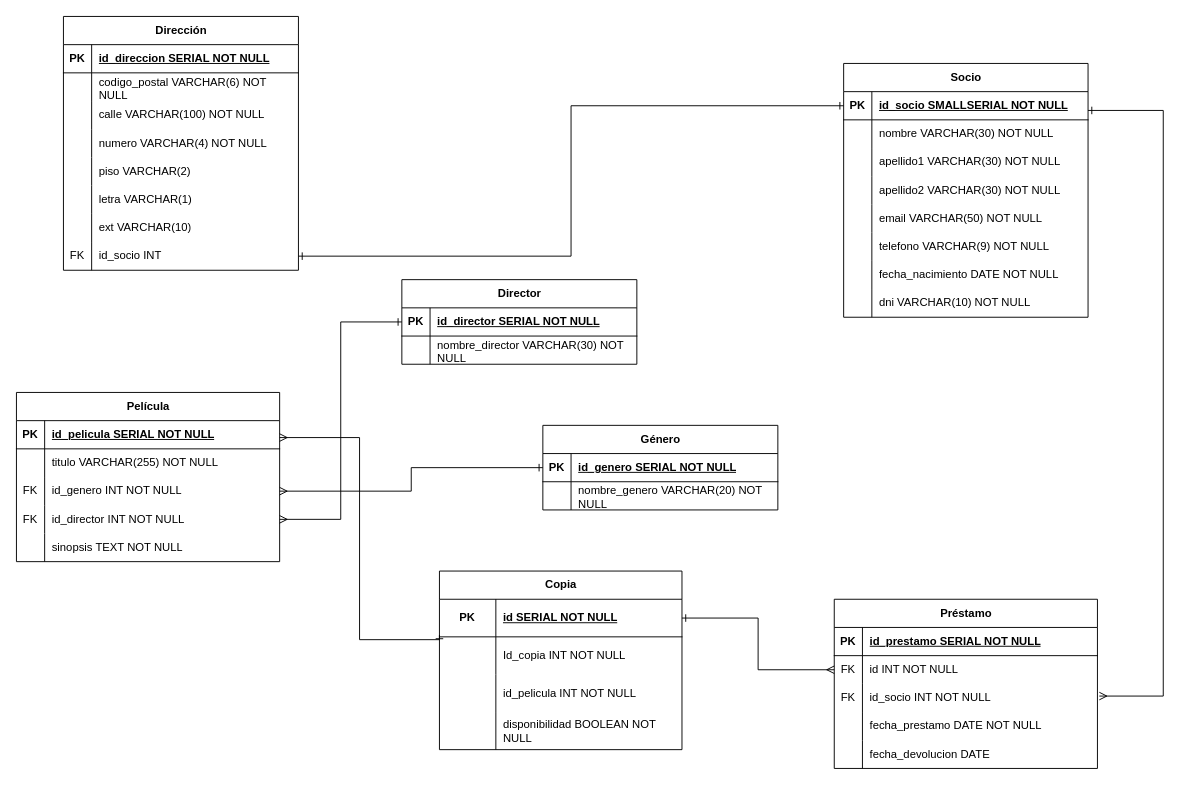
This is diagrama-entidad-relacion.drawio from carlotarubiralta/practica-modelado-datos, a draw.io file, before an edit. Source tidied: cells renumbered, new cells numbered last; positions are measured from the earlier drawing's top-left corner, leaving out a move shared by most shapes. Both pictures are drawn from the tidied source at 94%, with x=0, y=0 at pixel (16, 16).
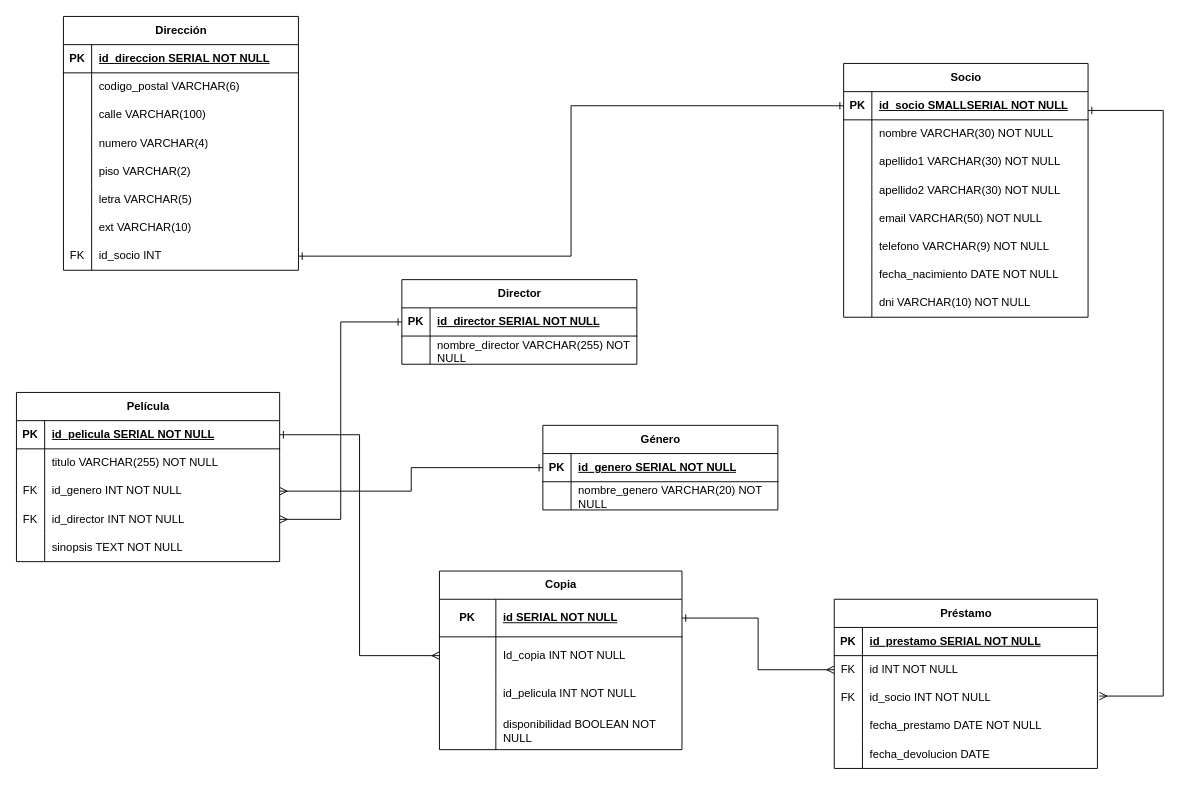
After the change.

The change refers to these unchanged cells:
```xml
<mxCell id="31" style="shape=tableRow;horizontal=0;startSize=0;swimlaneHead=0;swimlaneBody=0;fillColor=none;top=0;left=0;right=0;bottom=0;" parent="27" vertex="1">
  <mxGeometry y="60" width="250" height="30" as="geometry" />
</mxCell>
<mxCell id="34" style="shape=tableRow;horizontal=0;startSize=0;swimlaneHead=0;swimlaneBody=0;fillColor=none;top=0;left=0;right=0;bottom=0;" parent="27" vertex="1">
  <mxGeometry y="90" width="250" height="30" as="geometry" />
</mxCell>
<mxCell id="37" style="shape=tableRow;horizontal=0;startSize=0;swimlaneHead=0;swimlaneBody=0;fillColor=none;top=0;left=0;right=0;bottom=0;" parent="27" vertex="1">
  <mxGeometry y="120" width="250" height="30" as="geometry" />
</mxCell>
<mxCell id="43" style="shape=tableRow;horizontal=0;startSize=0;swimlaneHead=0;swimlaneBody=0;fillColor=none;top=0;left=0;right=0;bottom=0;" parent="27" vertex="1">
  <mxGeometry y="180" width="250" height="30" as="geometry" />
</mxCell>
<mxCell id="53" style="shape=tableRow;horizontal=0;startSize=0;swimlaneHead=0;swimlaneBody=0;fillColor=none;points=[[0,0.5],[1,0.5]];portConstraint=eastwest;top=0;left=0;right=0;bottom=1;" parent="52" vertex="1">
  <mxGeometry y="30" width="280" height="30" as="geometry" />
</mxCell>
<mxCell id="72" style="shape=tableRow;horizontal=0;startSize=0;swimlaneHead=0;swimlaneBody=0;fillColor=none;points=[[0,0.5],[1,0.5]];portConstraint=eastwest;top=0;left=0;right=0;bottom=0;" parent="68" vertex="1">
  <mxGeometry y="70" width="258" height="40" as="geometry" />
</mxCell>
<mxCell id="101" style="shape=tableRow;horizontal=0;startSize=0;swimlaneHead=0;swimlaneBody=0;fillColor=none;top=0;left=0;right=0;bottom=0;" parent="97" vertex="1">
  <mxGeometry y="60" width="250" height="30" as="geometry" />
</mxCell>
```

Diff of the diagram source:
```diff
@@
-    <mxCell id="33" value="codigo_postal VARCHAR(6) NOT NULL" style="shape=partialRectangle;fillColor=none;top=0;left=0;bottom=0;right=0;align=left;spacingLeft=6;overflow=hidden;whiteSpace=wrap;html=1;" parent="31" vertex="1">
+    <mxCell id="33" value="codigo_postal VARCHAR(6)&amp;nbsp;" style="shape=partialRectangle;fillColor=none;top=0;left=0;bottom=0;right=0;align=left;spacingLeft=6;overflow=hidden;whiteSpace=wrap;html=1;" parent="31" vertex="1">
       <mxGeometry x="30" width="220" height="30" as="geometry" />
     </mxCell>
@@
-    <mxCell id="36" value="calle VARCHAR(100) NOT NULL" style="shape=partialRectangle;fillColor=none;top=0;left=0;bottom=0;right=0;align=left;spacingLeft=6;overflow=hidden;whiteSpace=wrap;html=1;" parent="34" vertex="1">
+    <mxCell id="36" value="calle VARCHAR(100)" style="shape=partialRectangle;fillColor=none;top=0;left=0;bottom=0;right=0;align=left;spacingLeft=6;overflow=hidden;whiteSpace=wrap;html=1;" parent="34" vertex="1">
       <mxGeometry x="30" width="220" height="30" as="geometry" />
     </mxCell>
@@
-    <mxCell id="39" value="numero VARCHAR(4) NOT NULL" style="shape=partialRectangle;fillColor=none;top=0;left=0;bottom=0;right=0;align=left;spacingLeft=6;overflow=hidden;whiteSpace=wrap;html=1;" parent="37" vertex="1">
+    <mxCell id="39" value="numero VARCHAR(4)" style="shape=partialRectangle;fillColor=none;top=0;left=0;bottom=0;right=0;align=left;spacingLeft=6;overflow=hidden;whiteSpace=wrap;html=1;" parent="37" vertex="1">
       <mxGeometry x="30" width="220" height="30" as="geometry" />
     </mxCell>
@@
-    <mxCell id="45" value="letra VARCHAR(1)" style="shape=partialRectangle;fillColor=none;top=0;left=0;bottom=0;right=0;align=left;spacingLeft=6;overflow=hidden;whiteSpace=wrap;html=1;" parent="43" vertex="1">
+    <mxCell id="45" value="letra VARCHAR(5)" style="shape=partialRectangle;fillColor=none;top=0;left=0;bottom=0;right=0;align=left;spacingLeft=6;overflow=hidden;whiteSpace=wrap;html=1;" parent="43" vertex="1">
       <mxGeometry x="30" width="220" height="30" as="geometry" />
     </mxCell>
@@
-    <mxCell id="103" value="nombre_director VARCHAR(30) NOT NULL" style="shape=partialRectangle;fillColor=none;top=0;left=0;bottom=0;right=0;align=left;spacingLeft=6;overflow=hidden;whiteSpace=wrap;html=1;" parent="101" vertex="1">
+    <mxCell id="103" value="nombre_director VARCHAR(255) NOT NULL" style="shape=partialRectangle;fillColor=none;top=0;left=0;bottom=0;right=0;align=left;spacingLeft=6;overflow=hidden;whiteSpace=wrap;html=1;" parent="101" vertex="1">
       <mxGeometry x="30" width="220" height="30" as="geometry" />
     </mxCell>
@@
-    <mxCell id="116" style="edgeStyle=orthogonalEdgeStyle;rounded=0;orthogonalLoop=1;jettySize=auto;html=1;exitX=0;exitY=0.5;exitDx=0;exitDy=0;entryX=1;entryY=0.5;entryDx=0;entryDy=0;startArrow=ERone;startFill=0;endArrow=ERmany;endFill=0;" parent="1" edge="1">
-      <mxGeometry relative="1" as="geometry">
-        <mxPoint x="450" y="658" as="sourcePoint" />
-        <mxPoint x="280" y="448" as="targetPoint" />
-        <Array as="points">
-          <mxPoint x="450" y="663" />
-          <mxPoint x="365" y="663" />
-          <mxPoint x="365" y="448" />
-        </Array>
-      </mxGeometry>
-    </mxCell>
+    <mxCell id="117" style="edgeStyle=orthogonalEdgeStyle;rounded=0;jettySize=auto;html=1;exitX=1;exitY=0.5;exitDx=0;exitDy=0;entryX=0;entryY=0.5;entryDx=0;entryDy=0;startArrow=ERone;startFill=0;endArrow=ERmany;endFill=0;" parent="1" edge="1" source="53" target="72">
+      <mxGeometry relative="1" as="geometry" />
+    </mxCell>
```
